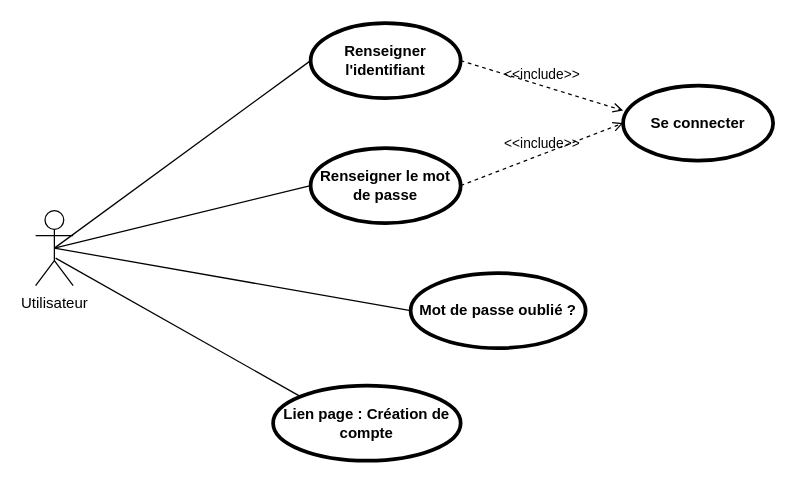
This is Untitled Diagram.drawio from tchicoulo/learnathome, a draw.io file, before an edit. Source tidied: cells renumbered, new cells numbered last; positions are measured from the earlier drawing's top-left corner, leaving out a move shared by most shapes. Both pictures are drawn from the tidied source at 125%, with x=0, y=0 at pixel (35, 22).
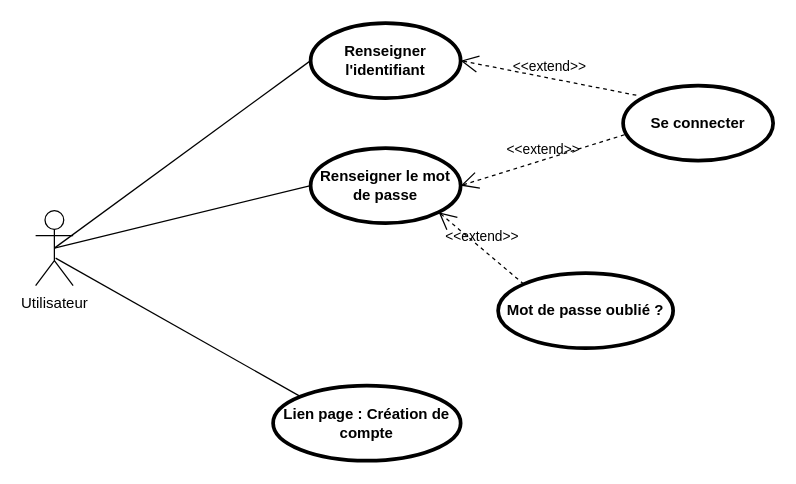
After the change.

The edit, as a diff of the source:
```diff
@@
 <mxGraphModel>
   <root>
     <mxCell id="0" />
     <mxCell id="1" parent="0" />
     <mxCell id="2" style="edgeStyle=orthogonalEdgeStyle;rounded=0;jettySize=auto;html=1;exitX=1;exitY=1;exitDx=0;exitDy=0;exitPerimeter=0;" parent="1" edge="1" source="3">
       <mxGeometry relative="1" as="geometry">
         <mxPoint x="30" y="210" as="targetPoint" />
       </mxGeometry>
     </mxCell>
     <mxCell id="3" value="Utilisateur" style="shape=umlActor;html=1;verticalLabelPosition=bottom;verticalAlign=top;align=center;" parent="1" vertex="1">
       <mxGeometry y="150" width="30" height="60" as="geometry" />
     </mxCell>
     <mxCell id="4" value="Renseigner l'identifiant" style="shape=ellipse;html=1;strokeWidth=3;fontStyle=1;whiteSpace=wrap;align=center;perimeter=ellipsePerimeter;" parent="1" vertex="1">
       <mxGeometry x="220" width="120" height="60" as="geometry" />
     </mxCell>
     <mxCell id="5" value="Renseigner le mot de passe" style="shape=ellipse;html=1;strokeWidth=3;fontStyle=1;whiteSpace=wrap;align=center;perimeter=ellipsePerimeter;" parent="1" vertex="1">
       <mxGeometry x="220" y="100" width="120" height="60" as="geometry" />
     </mxCell>
     <mxCell id="6" style="edgeStyle=none;html=1;endArrow=none;verticalAlign=bottom;rounded=0;exitX=0.5;exitY=0.5;exitDx=0;exitDy=0;exitPerimeter=0;entryX=0;entryY=0.5;entryDx=0;entryDy=0;" parent="1" edge="1" source="3" target="4">
       <mxGeometry relative="1" as="geometry" />
     </mxCell>
     <mxCell id="7" style="edgeStyle=none;html=1;endArrow=none;verticalAlign=bottom;rounded=0;exitX=0.5;exitY=0.5;exitDx=0;exitDy=0;exitPerimeter=0;entryX=0;entryY=0.5;entryDx=0;entryDy=0;" parent="1" edge="1" source="3" target="5">
       <mxGeometry relative="1" as="geometry" />
     </mxCell>
     <mxCell id="8" value="Mot de passe oublié ?" style="shape=ellipse;html=1;strokeWidth=3;fontStyle=1;whiteSpace=wrap;align=center;perimeter=ellipsePerimeter;" parent="1" vertex="1">
-      <mxGeometry x="300" y="200" width="140" height="60" as="geometry" />
+      <mxGeometry x="370" y="200" width="140" height="60" as="geometry" />
     </mxCell>
     <mxCell id="9" value="Lien page : Création de compte" style="shape=ellipse;html=1;strokeWidth=3;fontStyle=1;whiteSpace=wrap;align=center;perimeter=ellipsePerimeter;" parent="1" vertex="1">
       <mxGeometry x="190" y="290" width="150" height="60" as="geometry" />
     </mxCell>
-    <mxCell id="10" style="edgeStyle=none;html=1;endArrow=none;verticalAlign=bottom;rounded=0;exitX=0.5;exitY=0.5;exitDx=0;exitDy=0;exitPerimeter=0;entryX=0;entryY=0.5;entryDx=0;entryDy=0;" parent="1" edge="1" source="3" target="8">
-      <mxGeometry relative="1" as="geometry" />
-    </mxCell>
     <mxCell id="11" value="Se connecter" style="shape=ellipse;html=1;strokeWidth=3;fontStyle=1;whiteSpace=wrap;align=center;perimeter=ellipsePerimeter;" parent="1" vertex="1">
       <mxGeometry x="470" y="50" width="120" height="60" as="geometry" />
     </mxCell>
+    <mxCell id="14" style="edgeStyle=none;html=1;endArrow=none;verticalAlign=bottom;rounded=0;exitX=0.533;exitY=0.633;exitDx=0;exitDy=0;exitPerimeter=0;entryX=0;entryY=0;entryDx=0;entryDy=0;" parent="1" edge="1" source="3" target="9">
+      <mxGeometry relative="1" as="geometry" />
+    </mxCell>
+    <mxCell id="15" value="&amp;lt;&amp;lt;extend&amp;gt;&amp;gt;" style="edgeStyle=none;html=1;startArrow=open;endArrow=none;startSize=12;verticalAlign=bottom;dashed=1;labelBackgroundColor=none;rounded=0;exitX=1;exitY=0.5;exitDx=0;exitDy=0;entryX=0.1;entryY=0.133;entryDx=0;entryDy=0;entryPerimeter=0;" parent="1" edge="1" source="4" target="11">
+      <mxGeometry relative="1" as="geometry" />
+    </mxCell>
-    <mxCell id="12" value="&amp;lt;&amp;lt;include&amp;gt;&amp;gt;" style="edgeStyle=none;html=1;endArrow=open;verticalAlign=bottom;dashed=1;labelBackgroundColor=none;rounded=0;exitX=1;exitY=0.5;exitDx=0;exitDy=0;entryX=0;entryY=0.5;entryDx=0;entryDy=0;" parent="1" edge="1" source="5" target="11">
+    <mxCell id="12" value="&amp;lt;&amp;lt;extend&amp;gt;&amp;gt;" style="edgeStyle=none;html=1;startArrow=open;endArrow=none;startSize=12;verticalAlign=bottom;dashed=1;labelBackgroundColor=none;rounded=0;exitX=1;exitY=0.5;exitDx=0;exitDy=0;entryX=0.017;entryY=0.65;entryDx=0;entryDy=0;entryPerimeter=0;" parent="1" edge="1" source="5" target="11">
       <mxGeometry relative="1" as="geometry" />
     </mxCell>
-    <mxCell id="13" value="&amp;lt;&amp;lt;include&amp;gt;&amp;gt;" style="edgeStyle=none;html=1;endArrow=open;verticalAlign=bottom;dashed=1;labelBackgroundColor=none;rounded=0;entryX=0;entryY=0.333;entryDx=0;entryDy=0;entryPerimeter=0;" parent="1" edge="1" target="11">
-      <mxGeometry relative="1" as="geometry">
-        <mxPoint x="340" y="30" as="sourcePoint" />
-      </mxGeometry>
-    </mxCell>
-    <mxCell id="14" style="edgeStyle=none;html=1;endArrow=none;verticalAlign=bottom;rounded=0;exitX=0.533;exitY=0.633;exitDx=0;exitDy=0;exitPerimeter=0;entryX=0;entryY=0;entryDx=0;entryDy=0;" parent="1" edge="1" source="3" target="9">
-      <mxGeometry relative="1" as="geometry" />
-    </mxCell>
+    <mxCell id="16" value="&amp;lt;&amp;lt;extend&amp;gt;&amp;gt;" style="edgeStyle=none;html=1;startArrow=open;endArrow=none;startSize=12;verticalAlign=bottom;dashed=1;labelBackgroundColor=none;rounded=0;exitX=1;exitY=1;exitDx=0;exitDy=0;entryX=0;entryY=0;entryDx=0;entryDy=0;" parent="1" edge="1" source="5" target="8">
+      <mxGeometry relative="1" as="geometry" />
+    </mxCell>
   </root>
 </mxGraphModel>
```
